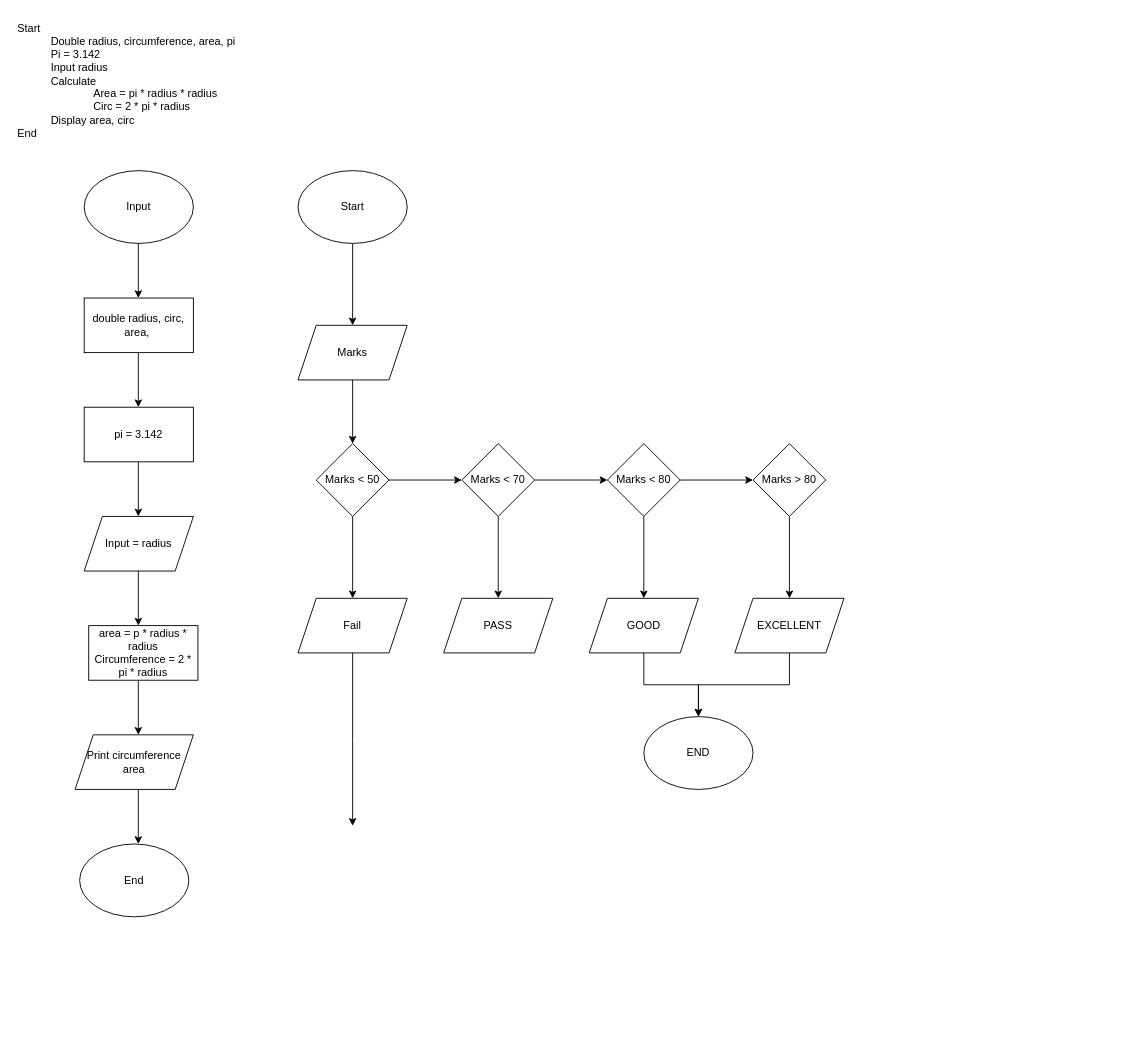
The draw.io diagram Untitled Diagram.drawio in carinetang20/carinetang20, before the edit. Source tidied: cells renumbered, new cells numbered last; positions are measured from the earlier drawing's top-left corner, leaving out a move shared by most shapes. Both pictures are drawn from the tidied source at 91%, with x=0, y=0 at pixel (15, 15).
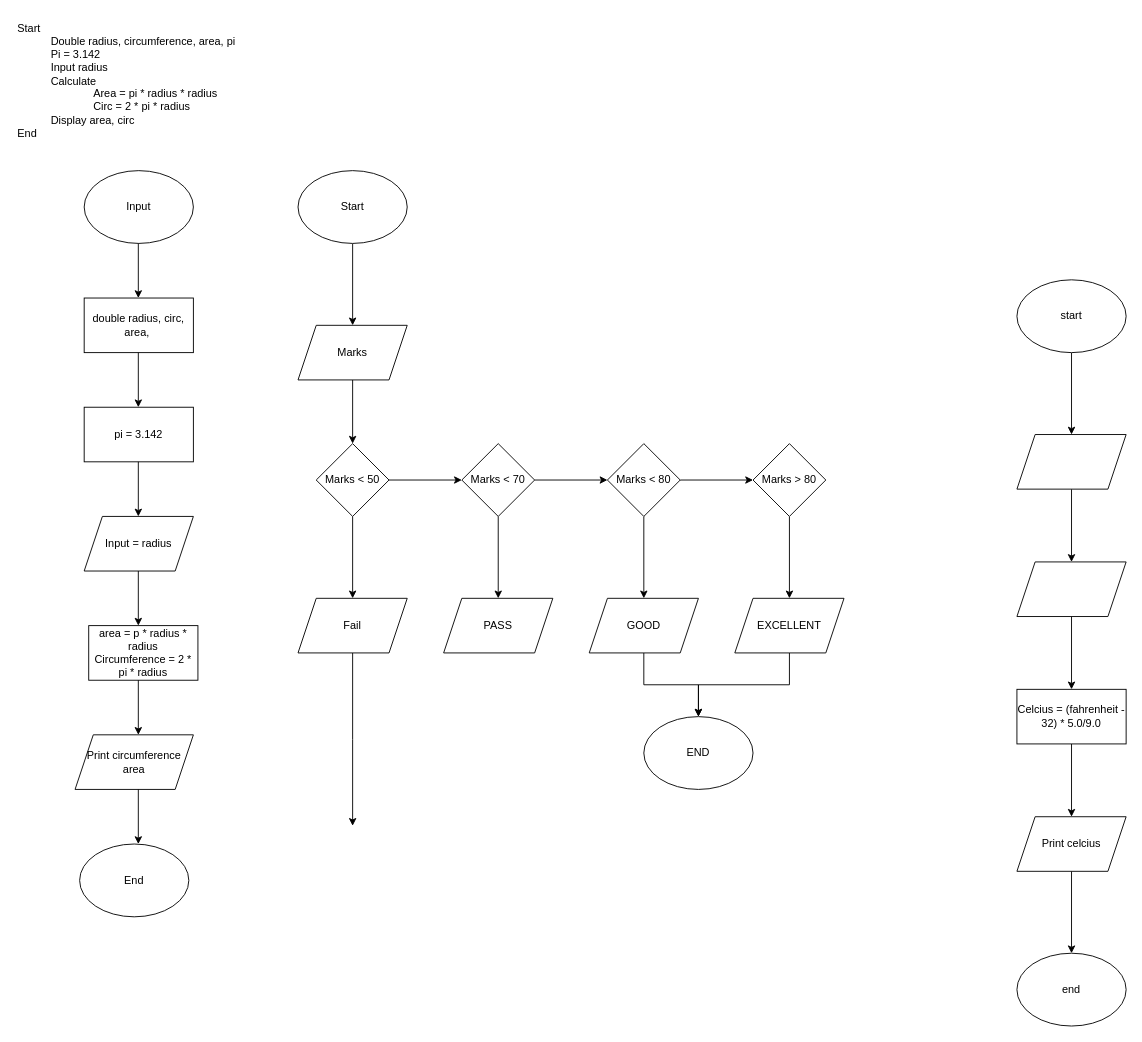
Above is the later version.

Diff of the diagram source:
```diff
@@
+    <mxCell id="39" style="edgeStyle=orthogonalEdgeStyle;rounded=0;jettySize=auto;html=1;" parent="1" edge="1" source="40" target="42">
+      <mxGeometry relative="1" as="geometry" />
+    </mxCell>
+    <mxCell id="40" value="start" style="ellipse;whiteSpace=wrap;html=1;" parent="1" vertex="1">
+      <mxGeometry x="1100" y="290" width="120" height="80" as="geometry" />
+    </mxCell>
+    <mxCell id="41" style="edgeStyle=orthogonalEdgeStyle;rounded=0;jettySize=auto;html=1;" parent="1" edge="1" source="42" target="44">
+      <mxGeometry relative="1" as="geometry" />
+    </mxCell>
+    <mxCell id="42" style="shape=parallelogram;perimeter=parallelogramPerimeter;whiteSpace=wrap;html=1;fixedSize=1;" parent="1" vertex="1">
+      <mxGeometry x="1100" y="460" width="120" height="60" as="geometry" />
+    </mxCell>
+    <mxCell id="43" style="edgeStyle=orthogonalEdgeStyle;rounded=0;jettySize=auto;html=1;" parent="1" edge="1" source="44" target="46">
+      <mxGeometry relative="1" as="geometry" />
+    </mxCell>
+    <mxCell id="44" style="shape=parallelogram;perimeter=parallelogramPerimeter;whiteSpace=wrap;html=1;fixedSize=1;" parent="1" vertex="1">
+      <mxGeometry x="1100" y="600" width="120" height="60" as="geometry" />
+    </mxCell>
+    <mxCell id="45" style="edgeStyle=orthogonalEdgeStyle;rounded=0;jettySize=auto;html=1;" parent="1" edge="1" source="46" target="48">
+      <mxGeometry relative="1" as="geometry" />
+    </mxCell>
+    <mxCell id="46" value="Celcius = (fahrenheit - 32) * 5.0/9.0" style="whiteSpace=wrap;html=1;" parent="1" vertex="1">
+      <mxGeometry x="1100" y="740" width="120" height="60" as="geometry" />
+    </mxCell>
+    <mxCell id="47" style="edgeStyle=orthogonalEdgeStyle;rounded=0;jettySize=auto;html=1;" parent="1" edge="1" source="48" target="49">
+      <mxGeometry relative="1" as="geometry" />
+    </mxCell>
+    <mxCell id="48" value="&lt;div&gt;Print celcius&lt;/div&gt;" style="shape=parallelogram;perimeter=parallelogramPerimeter;whiteSpace=wrap;html=1;fixedSize=1;" parent="1" vertex="1">
+      <mxGeometry x="1100" y="880" width="120" height="60" as="geometry" />
+    </mxCell>
+    <mxCell id="49" value="end" style="ellipse;whiteSpace=wrap;html=1;" parent="1" vertex="1">
+      <mxGeometry x="1100" y="1030" width="120" height="80" as="geometry" />
+    </mxCell>
```
